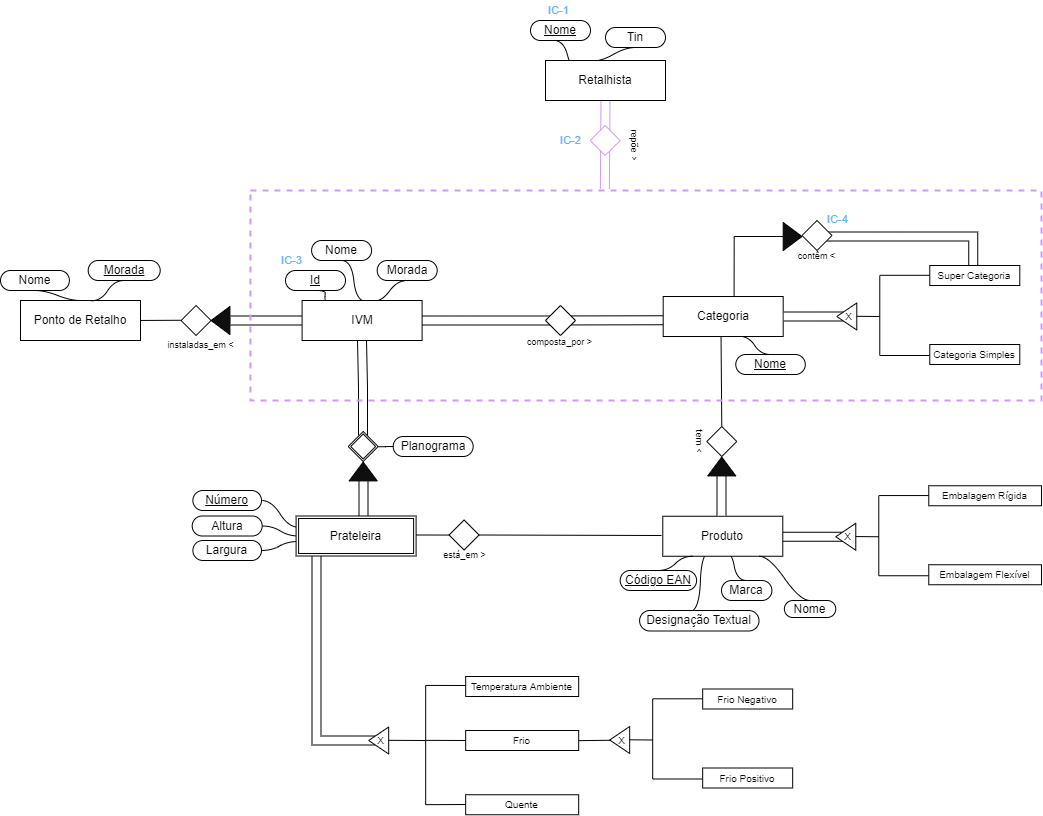
The draw.io diagram Untitled Diagram.drawio.png in raquelfmcardoso/bd-2021-2022-project0102, before a commit. Source tidied: cells renumbered, new cells last; positions are measured from the earlier drawing's top-left corner, leaving out a move shared by most shapes.
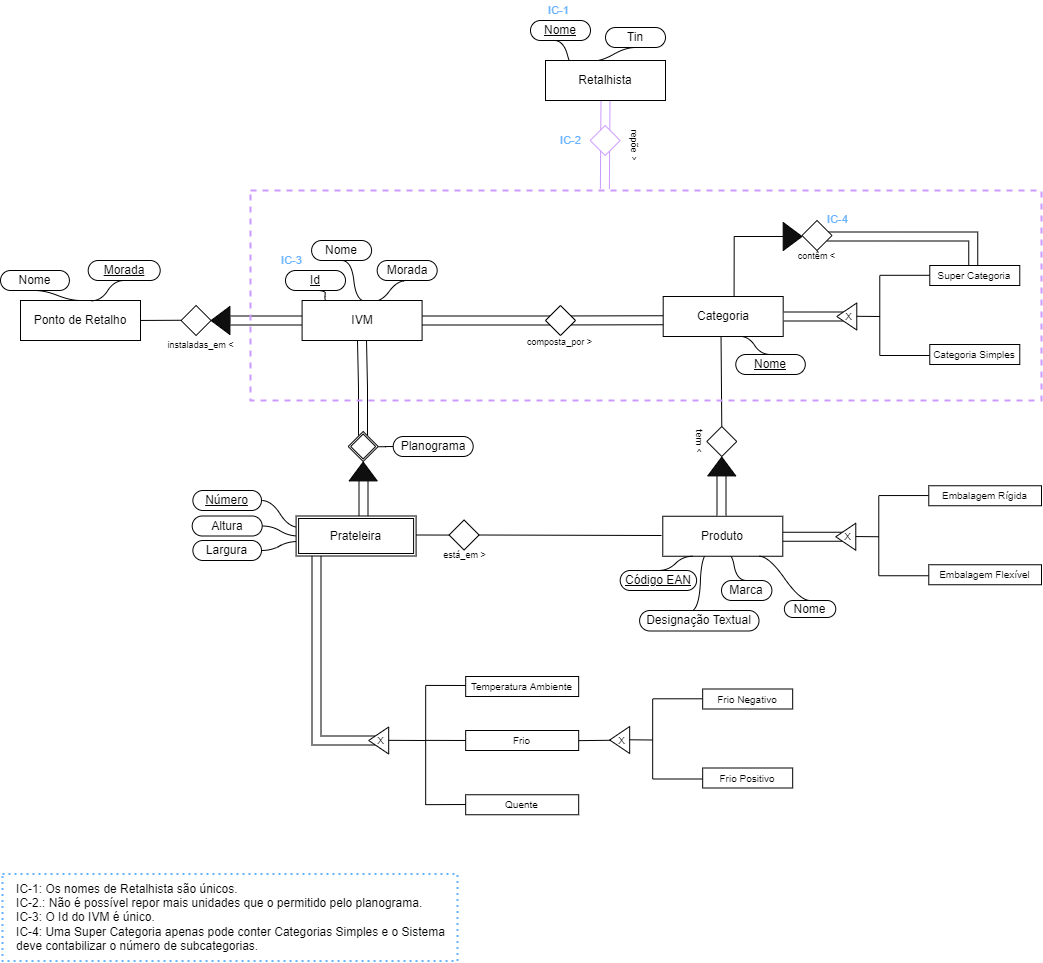
Above is the later version.

The edit, as a diff of the source:
```diff
@@ -454,5 +454,11 @@
     <mxCell id="114" value="&lt;font color=&quot;#66b2ff&quot; style=&quot;font-size: 11px;&quot;&gt;IC-4&lt;/font&gt;" style="text;html=1;align=center;verticalAlign=middle;strokeColor=none;fillColor=none;fontSize=9;fontFamily=Helvetica;" parent="1" vertex="1">
       <mxGeometry x="817.3" y="209" width="40" height="20" as="geometry" />
     </mxCell>
+    <mxCell id="115" value="&lt;div style=&quot;text-align: left;&quot;&gt;&lt;span style=&quot;font-size: 12px; background-color: initial;&quot;&gt;IC-1: Os nomes de Retalhista são únicos.&lt;/span&gt;&lt;/div&gt;&lt;font style=&quot;font-size: 12px;&quot;&gt;&lt;div style=&quot;text-align: left;&quot;&gt;&lt;span style=&quot;background-color: initial;&quot;&gt;IC-2.: Não é possível repor mais unidades que o permitido pelo planograma.&lt;/span&gt;&lt;/div&gt;&lt;div style=&quot;text-align: left;&quot;&gt;&lt;span style=&quot;background-color: initial;&quot;&gt;IC-3: O Id do IVM é único.&lt;/span&gt;&lt;/div&gt;&lt;div style=&quot;text-align: left;&quot;&gt;&lt;span style=&quot;background-color: initial;&quot;&gt;IC-4: Uma Super Categoria apenas pode conter Categorias Simples e o Sistema&lt;/span&gt;&lt;/div&gt;&lt;div style=&quot;text-align: left;&quot;&gt;&lt;span style=&quot;background-color: initial;&quot;&gt;deve contabilizar o número de subcategorias.&lt;/span&gt;&lt;/div&gt;&lt;/font&gt;" style="text;html=1;align=center;verticalAlign=middle;strokeColor=none;fillColor=none;fontSize=9;fontFamily=Helvetica;fontColor=#010203;" parent="1" vertex="1">
+      <mxGeometry x="10" y="887" width="439" height="60" as="geometry" />
+    </mxCell>
+    <mxCell id="116" style="rounded=0;whiteSpace=wrap;html=1;dashed=1;fontFamily=Helvetica;fontSize=11;fontColor=#FFFFFF;strokeColor=#66B2FF;strokeWidth=2;fillColor=none;dashPattern=1 2;" parent="1" vertex="1">
+      <mxGeometry x="2" y="873.5" width="455" height="87" as="geometry" />
+    </mxCell>
   </root>
 </mxGraphModel>
```
